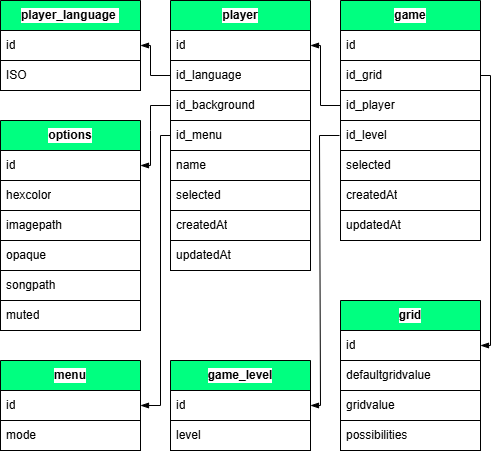
Above: .myresources/design_and_modeling/merise/MPD.drawio.png in Lob2018/SudokuFX (draw.io), before the change. Source tidied: cells renumbered, new cells last; positions are measured from the earlier drawing's top-left corner, leaving out a move shared by most shapes.
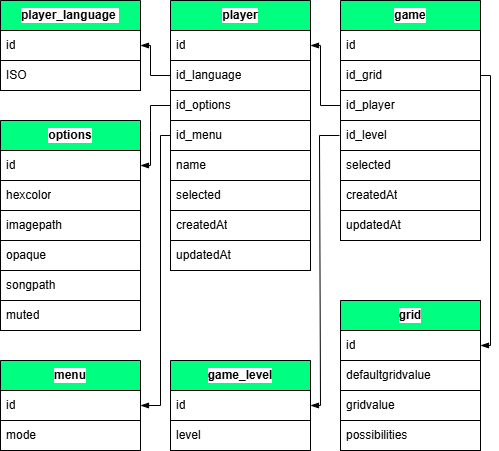
After the change.

Commit message:
📚 docs Merise MPD updated

The edit, as a diff of the source:
```diff
@@ -20,7 +20,7 @@
     <mxCell id="7" value="id_language" style="text;strokeColor=#000000;fillColor=#FFFFFF;align=left;verticalAlign=middle;spacingLeft=4;spacingRight=4;overflow=hidden;points=[[0,0.5],[1,0.5]];portConstraint=eastwest;whiteSpace=wrap;html=1;fontColor=#000000;labelBorderColor=none;swimlaneFillColor=none;gradientColor=none;labelBackgroundColor=#FFFFFF;" parent="5" vertex="1">
       <mxGeometry y="60" width="140" height="30" as="geometry" />
     </mxCell>
-    <mxCell id="8" value="id_background" style="text;strokeColor=#000000;fillColor=#FFFFFF;align=left;verticalAlign=middle;spacingLeft=4;spacingRight=4;overflow=hidden;points=[[0,0.5],[1,0.5]];portConstraint=eastwest;whiteSpace=wrap;html=1;fontColor=#000000;labelBorderColor=none;swimlaneFillColor=none;gradientColor=none;labelBackgroundColor=#FFFFFF;" parent="5" vertex="1">
+    <mxCell id="8" value="id_options" style="text;strokeColor=#000000;fillColor=#FFFFFF;align=left;verticalAlign=middle;spacingLeft=4;spacingRight=4;overflow=hidden;points=[[0,0.5],[1,0.5]];portConstraint=eastwest;whiteSpace=wrap;html=1;fontColor=#000000;labelBorderColor=none;swimlaneFillColor=none;gradientColor=none;labelBackgroundColor=#FFFFFF;" parent="5" vertex="1">
       <mxGeometry y="90" width="140" height="30" as="geometry" />
     </mxCell>
     <mxCell id="9" value="id_menu" style="text;strokeColor=#000000;fillColor=#FFFFFF;align=left;verticalAlign=middle;spacingLeft=4;spacingRight=4;overflow=hidden;points=[[0,0.5],[1,0.5]];portConstraint=eastwest;whiteSpace=wrap;html=1;fontColor=#000000;labelBorderColor=none;swimlaneFillColor=none;gradientColor=none;labelBackgroundColor=#FFFFFF;" parent="5" vertex="1">
```
